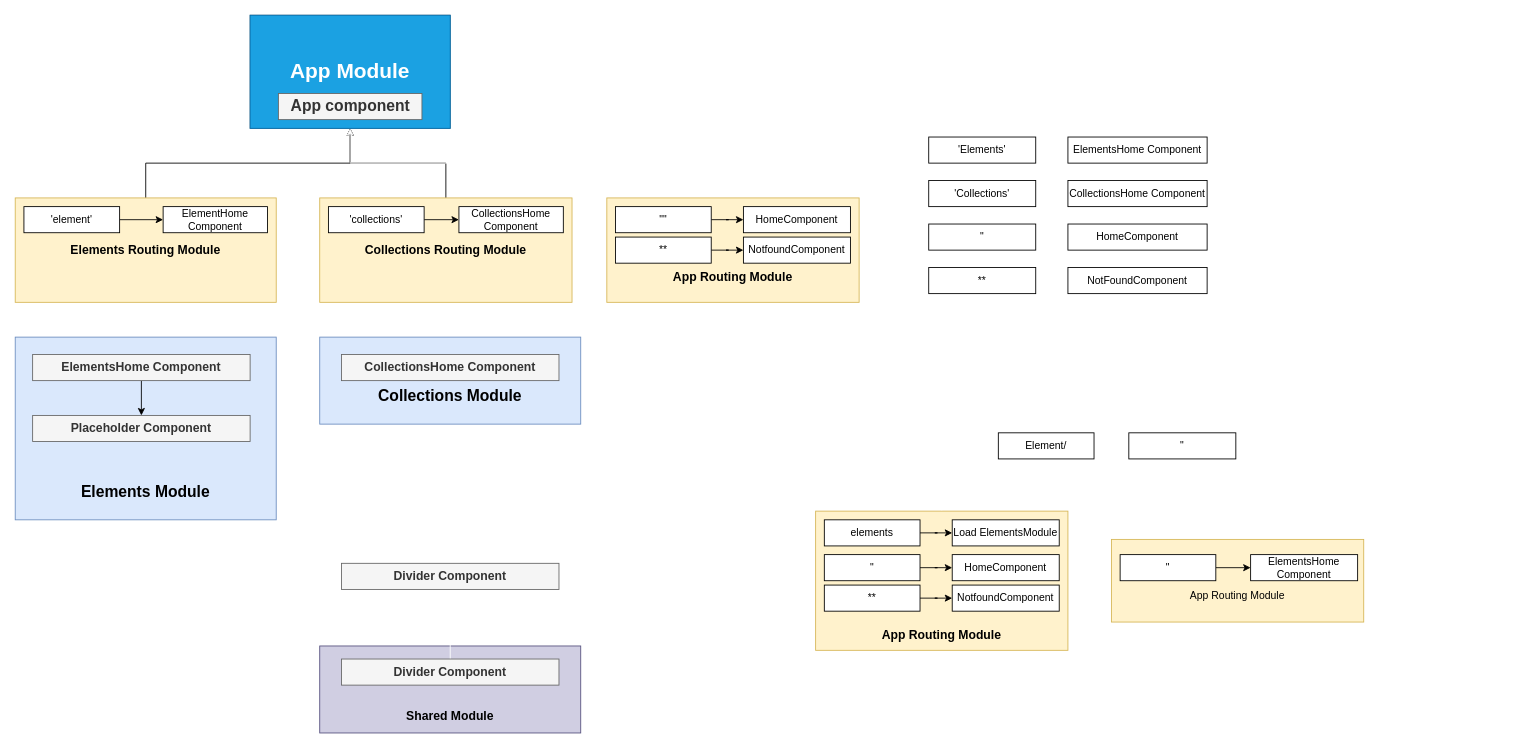
Earlier version of the draw.io diagram apps/routing/src/testapp.drawio (bestleazt/class-angular-new). Source tidied: cells renumbered, new cells numbered last; positions are measured from the earlier drawing's top-left corner, leaving out a move shared by most shapes. Both pictures are drawn from the tidied source at 87%, with x=0, y=0 at pixel (15, 15).
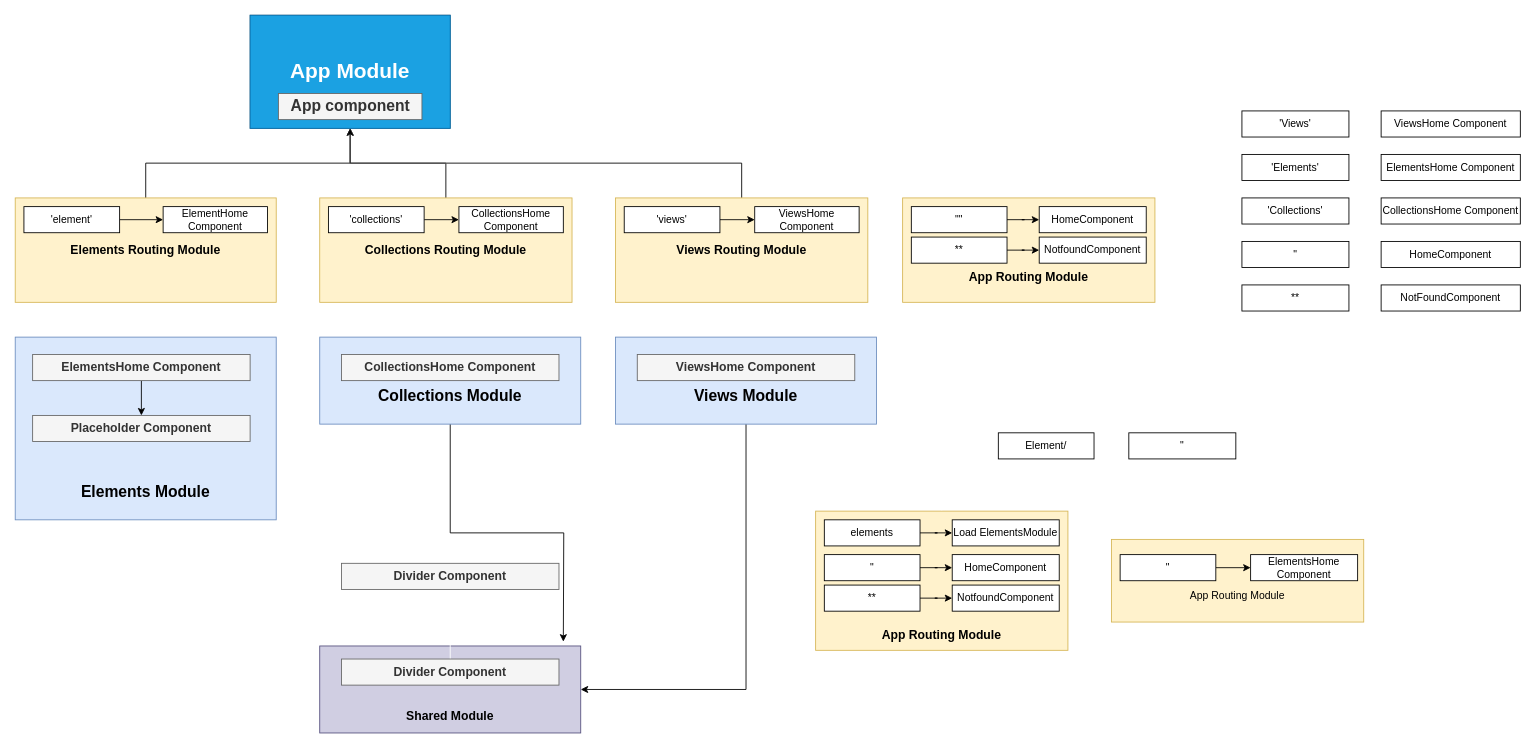
Above is the later version.

The change refers to these unchanged cells:
```xml
<mxCell id="7" value="&lt;h1&gt;App Module&lt;/h1&gt;" style="rounded=0;whiteSpace=wrap;html=1;fillColor=#1ba1e2;strokeColor=#006EAF;fontColor=#ffffff;" parent="6" vertex="1">
  <mxGeometry width="230" height="130" as="geometry" />
</mxCell>
<mxCell id="19" value="&lt;h2&gt;&lt;font color=&quot;#000000&quot;&gt;&lt;br&gt;&lt;/font&gt;&lt;/h2&gt;&lt;h2&gt;&lt;font color=&quot;#000000&quot;&gt;Collections Module&lt;/font&gt;&lt;/h2&gt;" style="rounded=0;whiteSpace=wrap;html=1;fillColor=#dae8fc;strokeColor=#6c8ebf;" parent="1" vertex="1">
  <mxGeometry x="350" y="370" width="300" height="100" as="geometry" />
</mxCell>
<mxCell id="63" value="&lt;h3&gt;&lt;font color=&quot;#000000&quot;&gt;&lt;br&gt;&lt;/font&gt;&lt;/h3&gt;&lt;h3&gt;&lt;font color=&quot;#000000&quot;&gt;&lt;br&gt;&lt;/font&gt;&lt;/h3&gt;&lt;h3&gt;&lt;font color=&quot;#000000&quot;&gt;Shared Module&lt;/font&gt;&lt;/h3&gt;" style="rounded=0;whiteSpace=wrap;html=1;fillColor=#d0cee2;strokeColor=#56517e;" parent="1" vertex="1">
  <mxGeometry x="350" y="725" width="300" height="100" as="geometry" />
</mxCell>
```

Diff of the diagram source:
```diff
@@
+    <mxCell id="67" style="edgeStyle=orthogonalEdgeStyle;rounded=0;jettySize=auto;html=1;" parent="1" edge="1" source="19">
+      <mxGeometry relative="1" as="geometry">
+        <mxPoint x="630" y="720" as="targetPoint" />
+      </mxGeometry>
+    </mxCell>
@@
     <mxCell id="24" style="edgeStyle=orthogonalEdgeStyle;rounded=0;jettySize=auto;html=1;entryX=0.5;entryY=1;entryDx=0;entryDy=0;strokeColor=#FFFFFF;" parent="1" edge="1" source="25" target="7">
       <mxGeometry relative="1" as="geometry">
         <Array as="points">
-          <mxPoint x="825" y="170" />
+          <mxPoint x="1165" y="170" />
           <mxPoint x="385" y="170" />
         </Array>
       </mxGeometry>
     </mxCell>
     <mxCell id="25" value="&lt;h3&gt;&lt;font color=&quot;#000000&quot;&gt;&lt;br&gt;&lt;/font&gt;&lt;/h3&gt;&lt;h3&gt;&lt;font color=&quot;#000000&quot;&gt;&lt;br&gt;&lt;/font&gt;&lt;/h3&gt;&lt;h3&gt;&lt;font color=&quot;#000000&quot;&gt;App Routing Module&lt;/font&gt;&lt;/h3&gt;" style="rounded=0;whiteSpace=wrap;html=1;fillColor=#fff2cc;strokeColor=#d6b656;" parent="1" vertex="1">
-      <mxGeometry x="680" y="210" width="290" height="120" as="geometry" />
+      <mxGeometry x="1020" y="210" width="290" height="120" as="geometry" />
     </mxCell>
@@
     <mxCell id="27" value="&lt;font color=&quot;#000000&quot;&gt;&quot;&quot;&lt;/font&gt;" style="rounded=0;whiteSpace=wrap;html=1;fillColor=#FFFFFF;strokeColor=#000000;" parent="1" vertex="1">
-      <mxGeometry x="690" y="220" width="110" height="30" as="geometry" />
+      <mxGeometry x="1030" y="220" width="110" height="30" as="geometry" />
     </mxCell>
@@
     <mxCell id="29" value="&lt;font color=&quot;#000000&quot;&gt;**&lt;/font&gt;" style="rounded=0;whiteSpace=wrap;html=1;fillColor=#FFFFFF;strokeColor=#000000;" parent="1" vertex="1">
-      <mxGeometry x="690" y="255" width="110" height="30" as="geometry" />
+      <mxGeometry x="1030" y="255" width="110" height="30" as="geometry" />
     </mxCell>
     <mxCell id="30" value="&lt;font color=&quot;#000000&quot;&gt;HomeComponent&lt;/font&gt;" style="rounded=0;whiteSpace=wrap;html=1;fillColor=#FFFFFF;strokeColor=#000000;" parent="1" vertex="1">
-      <mxGeometry x="837" y="220" width="123" height="30" as="geometry" />
+      <mxGeometry x="1177" y="220" width="123" height="30" as="geometry" />
     </mxCell>
     <mxCell id="31" value="&lt;font color=&quot;#000000&quot;&gt;NotfoundComponent&lt;/font&gt;" style="rounded=0;whiteSpace=wrap;html=1;fillColor=#FFFFFF;strokeColor=#000000;" parent="1" vertex="1">
-      <mxGeometry x="837" y="255" width="123" height="30" as="geometry" />
+      <mxGeometry x="1177" y="255" width="123" height="30" as="geometry" />
     </mxCell>
@@
     <mxCell id="33" value="&lt;font color=&quot;#000000&quot;&gt;'Elements'&lt;/font&gt;" style="rounded=0;whiteSpace=wrap;html=1;fillColor=#FFFFFF;strokeColor=#000000;" parent="1" vertex="1">
-      <mxGeometry x="1050" y="140" width="123" height="30" as="geometry" />
+      <mxGeometry x="1410" y="160" width="123" height="30" as="geometry" />
     </mxCell>
@@
     <mxCell id="35" value="&lt;font color=&quot;#000000&quot;&gt;'Collections'&lt;/font&gt;" style="rounded=0;whiteSpace=wrap;html=1;fillColor=#FFFFFF;strokeColor=#000000;" parent="1" vertex="1">
-      <mxGeometry x="1050" y="190" width="123" height="30" as="geometry" />
+      <mxGeometry x="1410" y="210" width="123" height="30" as="geometry" />
     </mxCell>
@@
     <mxCell id="37" value="&lt;font color=&quot;#000000&quot;&gt;&quot;&lt;/font&gt;" style="rounded=0;whiteSpace=wrap;html=1;fillColor=#FFFFFF;strokeColor=#000000;" parent="1" vertex="1">
-      <mxGeometry x="1050" y="240" width="123" height="30" as="geometry" />
+      <mxGeometry x="1410" y="260" width="123" height="30" as="geometry" />
     </mxCell>
@@
     <mxCell id="39" value="&lt;font color=&quot;#000000&quot;&gt;**&lt;/font&gt;" style="rounded=0;whiteSpace=wrap;html=1;fillColor=#FFFFFF;strokeColor=#000000;" parent="1" vertex="1">
-      <mxGeometry x="1050" y="290" width="123" height="30" as="geometry" />
+      <mxGeometry x="1410" y="310" width="123" height="30" as="geometry" />
     </mxCell>
     <mxCell id="40" value="&lt;font color=&quot;#000000&quot;&gt;ElementsHome Component&lt;/font&gt;" style="rounded=0;whiteSpace=wrap;html=1;fillColor=#FFFFFF;strokeColor=#000000;" parent="1" vertex="1">
-      <mxGeometry x="1210" y="140" width="160" height="30" as="geometry" />
+      <mxGeometry x="1570" y="160" width="160" height="30" as="geometry" />
     </mxCell>
     <mxCell id="41" value="&lt;span style=&quot;color: rgb(0 , 0 , 0)&quot;&gt;CollectionsHome Component&lt;/span&gt;" style="rounded=0;whiteSpace=wrap;html=1;fillColor=#FFFFFF;strokeColor=#000000;" parent="1" vertex="1">
-      <mxGeometry x="1210" y="190" width="160" height="30" as="geometry" />
+      <mxGeometry x="1570" y="210" width="160" height="30" as="geometry" />
     </mxCell>
     <mxCell id="42" value="&lt;font color=&quot;#000000&quot;&gt;HomeComponent&lt;/font&gt;" style="rounded=0;whiteSpace=wrap;html=1;fillColor=#FFFFFF;strokeColor=#000000;" parent="1" vertex="1">
-      <mxGeometry x="1210" y="240" width="160" height="30" as="geometry" />
+      <mxGeometry x="1570" y="260" width="160" height="30" as="geometry" />
     </mxCell>
     <mxCell id="43" value="&lt;font color=&quot;#000000&quot;&gt;NotFoundComponent&lt;/font&gt;" style="rounded=0;whiteSpace=wrap;html=1;fillColor=#FFFFFF;strokeColor=#000000;" parent="1" vertex="1">
-      <mxGeometry x="1210" y="290" width="160" height="30" as="geometry" />
+      <mxGeometry x="1570" y="310" width="160" height="30" as="geometry" />
     </mxCell>
     <mxCell id="44" style="endArrow=classic;html=1;strokeColor=#FFFFFF;" parent="1" edge="1">
       <mxGeometry relative="1" as="geometry">
-        <mxPoint x="1020" y="140" as="sourcePoint" />
-        <mxPoint x="1020" y="320" as="targetPoint" />
+        <mxPoint x="1380" y="110" as="sourcePoint" />
+        <mxPoint x="1380" y="340" as="targetPoint" />
       </mxGeometry>
     </mxCell>
@@
+    <mxCell id="68" style="edgeStyle=orthogonalEdgeStyle;rounded=0;jettySize=auto;html=1;entryX=0.5;entryY=1;entryDx=0;entryDy=0;" parent="1" edge="1" source="69" target="7">
+      <mxGeometry relative="1" as="geometry">
+        <Array as="points">
+          <mxPoint x="835" y="170" />
+          <mxPoint x="385" y="170" />
+        </Array>
+      </mxGeometry>
+    </mxCell>
+    <mxCell id="69" value="&lt;h3&gt;&lt;font color=&quot;#000000&quot;&gt;Views Routing Module&lt;/font&gt;&lt;/h3&gt;" style="rounded=0;whiteSpace=wrap;html=1;fillColor=#fff2cc;strokeColor=#d6b656;" parent="1" vertex="1">
+      <mxGeometry x="690" y="210" width="290" height="120" as="geometry" />
+    </mxCell>
+    <mxCell id="70" style="edgeStyle=orthogonalEdgeStyle;rounded=0;jettySize=auto;html=1;strokeColor=#000000;" parent="1" edge="1" source="71" target="72">
+      <mxGeometry relative="1" as="geometry" />
+    </mxCell>
+    <mxCell id="71" value="&lt;font color=&quot;#000000&quot;&gt;'views'&lt;/font&gt;" style="rounded=0;whiteSpace=wrap;html=1;fillColor=#FFFFFF;strokeColor=#000000;" parent="1" vertex="1">
+      <mxGeometry x="700" y="220" width="110" height="30" as="geometry" />
+    </mxCell>
+    <mxCell id="72" value="&lt;font color=&quot;#000000&quot;&gt;ViewsHome&lt;br&gt;Component&lt;/font&gt;" style="rounded=0;whiteSpace=wrap;html=1;fillColor=#FFFFFF;strokeColor=#000000;" parent="1" vertex="1">
+      <mxGeometry x="850" y="220" width="120" height="30" as="geometry" />
+    </mxCell>
+    <mxCell id="73" style="edgeStyle=orthogonalEdgeStyle;rounded=0;jettySize=auto;html=1;strokeColor=#FFFFFF;entryX=0.524;entryY=1;entryDx=0;entryDy=0;entryPerimeter=0;" parent="1" edge="1" source="75" target="69">
+      <mxGeometry relative="1" as="geometry" />
+    </mxCell>
+    <mxCell id="74" style="edgeStyle=orthogonalEdgeStyle;rounded=0;jettySize=auto;html=1;entryX=1;entryY=0.5;entryDx=0;entryDy=0;" parent="1" edge="1" source="75" target="63">
+      <mxGeometry relative="1" as="geometry">
+        <Array as="points">
+          <mxPoint x="840" y="775" />
+        </Array>
+      </mxGeometry>
+    </mxCell>
+    <mxCell id="75" value="&lt;h2&gt;&lt;font color=&quot;#000000&quot;&gt;&lt;br&gt;&lt;/font&gt;&lt;/h2&gt;&lt;h2&gt;&lt;font color=&quot;#000000&quot;&gt;Views Module&lt;/font&gt;&lt;/h2&gt;" style="rounded=0;whiteSpace=wrap;html=1;fillColor=#dae8fc;strokeColor=#6c8ebf;" parent="1" vertex="1">
+      <mxGeometry x="690" y="370" width="300" height="100" as="geometry" />
+    </mxCell>
+    <mxCell id="76" value="&lt;h3&gt;ViewsHome Component&lt;/h3&gt;" style="rounded=0;whiteSpace=wrap;html=1;fillColor=#f5f5f5;strokeColor=#666666;fontColor=#333333;" parent="1" vertex="1">
+      <mxGeometry x="715" y="390" width="250" height="30" as="geometry" />
+    </mxCell>
+    <mxCell id="77" style="edgeStyle=orthogonalEdgeStyle;rounded=0;jettySize=auto;html=1;strokeColor=#FFFFFF;" parent="1" edge="1" source="78" target="79">
+      <mxGeometry relative="1" as="geometry" />
+    </mxCell>
+    <mxCell id="78" value="&lt;font color=&quot;#000000&quot;&gt;'Views'&lt;/font&gt;" style="rounded=0;whiteSpace=wrap;html=1;fillColor=#FFFFFF;strokeColor=#000000;" parent="1" vertex="1">
+      <mxGeometry x="1410" y="110" width="123" height="30" as="geometry" />
+    </mxCell>
+    <mxCell id="79" value="&lt;font color=&quot;#000000&quot;&gt;ViewsHome Component&lt;/font&gt;" style="rounded=0;whiteSpace=wrap;html=1;fillColor=#FFFFFF;strokeColor=#000000;" parent="1" vertex="1">
+      <mxGeometry x="1570" y="110" width="160" height="30" as="geometry" />
+    </mxCell>
```
